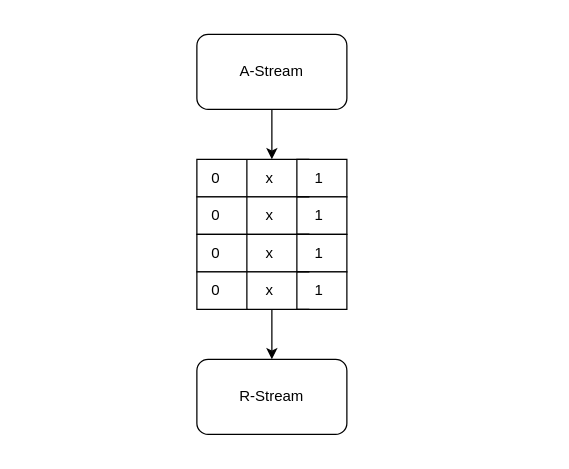
smdupor/diagrams.net keeps this draw.io diagram as Untitled Diagram.drawio. Above is the earlier version. Source tidied: cells renumbered, new cells numbered last; positions are measured from the earlier drawing's top-left corner, leaving out a move shared by most shapes. Both pictures are drawn from the tidied source at 125%, with x=0, y=0 at pixel (196, 34).
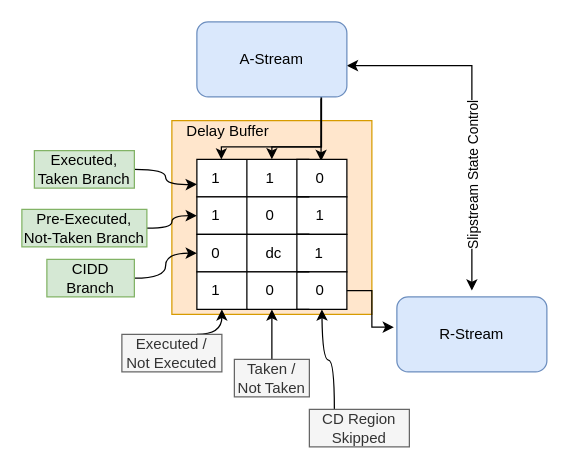
Above is the later version.

The change refers to these unchanged cells:
```xml
<mxCell id="4" style="group;" parent="1" vertex="1">
  <mxGeometry y="100" width="120" height="30" as="geometry" />
</mxCell>
<mxCell id="8" style="group;" parent="1" vertex="1">
  <mxGeometry y="130" width="120" height="30" as="geometry" />
</mxCell>
<mxCell id="12" style="group;" parent="1" vertex="1">
  <mxGeometry y="160" width="120" height="30" as="geometry" />
</mxCell>
<mxCell id="16" style="group;" parent="1" vertex="1">
  <mxGeometry y="190" width="120" height="30" as="geometry" />
</mxCell>
```

Change to the diagram source:
```diff
@@
+    <mxCell id="22" style="rounded=0;whiteSpace=wrap;html=1;fontStyle=1;fillColor=#ffe6cc;strokeColor=#d79b00;" parent="1" vertex="1">
+      <mxGeometry x="-20" y="69" width="160" height="155" as="geometry" />
+    </mxCell>
-    <mxCell id="2" style="edgeStyle=orthogonalEdgeStyle;rounded=0;jettySize=auto;html=1;exitX=0.5;exitY=1;exitDx=0;exitDy=0;entryX=0.5;entryY=0;entryDx=0;entryDy=0;endArrow=classic;endFill=1;" parent="1" edge="1" source="3" target="5">
-      <mxGeometry relative="1" as="geometry" />
+    <mxCell id="2" style="edgeStyle=orthogonalEdgeStyle;rounded=0;jettySize=auto;html=1;exitX=0.833;exitY=1.03;exitDx=0;exitDy=0;endArrow=classic;endFill=1;exitPerimeter=0;entryX=0.828;entryY=0.043;entryDx=0;entryDy=0;entryPerimeter=0;" parent="1" edge="1" source="3" target="5">
+      <mxGeometry relative="1" as="geometry">
+        <Array as="points">
+          <mxPoint x="100" y="101" />
+        </Array>
+      </mxGeometry>
     </mxCell>
+    <mxCell id="23" style="edgeStyle=orthogonalEdgeStyle;rounded=0;orthogonalLoop=1;jettySize=auto;html=1;endArrow=classic;endFill=1;entryX=0.5;entryY=0;entryDx=0;entryDy=0;startArrow=classic;startFill=1;" parent="1" edge="1">
+      <mxGeometry relative="1" as="geometry">
+        <mxPoint x="120" y="25" as="sourcePoint" />
+        <mxPoint x="220" y="205" as="targetPoint" />
+        <Array as="points">
+          <mxPoint x="220" y="25" />
+        </Array>
+      </mxGeometry>
+    </mxCell>
+    <mxCell id="24" value="Slipstream State Control" style="edgeLabel;html=1;align=center;verticalAlign=middle;rotation=-90;" parent="23" vertex="1">
+      <mxGeometry x="-0.09" relative="1" as="geometry">
+        <mxPoint y="62" as="offset" />
+      </mxGeometry>
+    </mxCell>
+    <mxCell id="25" style="edgeStyle=orthogonalEdgeStyle;rounded=0;jettySize=auto;html=1;exitX=0.828;exitY=0.985;exitDx=0;exitDy=0;entryX=0.163;entryY=0.003;entryDx=0;entryDy=0;startArrow=none;startFill=0;endArrow=classic;endFill=1;exitPerimeter=0;entryPerimeter=0;" parent="1" edge="1" source="3" target="5">
+      <mxGeometry relative="1" as="geometry">
+        <Array as="points">
+          <mxPoint x="99" y="90" />
+          <mxPoint x="20" y="90" />
+          <mxPoint x="20" y="100" />
+        </Array>
+      </mxGeometry>
+    </mxCell>
+    <mxCell id="26" style="edgeStyle=orthogonalEdgeStyle;rounded=0;jettySize=auto;html=1;exitX=0.831;exitY=0.997;exitDx=0;exitDy=0;entryX=0.5;entryY=0;entryDx=0;entryDy=0;startArrow=none;startFill=0;endArrow=classic;endFill=1;exitPerimeter=0;" parent="1" edge="1" source="3" target="5">
+      <mxGeometry relative="1" as="geometry">
+        <Array as="points">
+          <mxPoint x="100" y="90" />
+          <mxPoint x="60" y="90" />
+        </Array>
+      </mxGeometry>
+    </mxCell>
-    <mxCell id="3" value="A-Stream" style="rounded=1;whiteSpace=wrap;html=1;" parent="1" vertex="1">
-      <mxGeometry width="120" height="60" as="geometry" />
+    <mxCell id="3" value="A-Stream" style="rounded=1;whiteSpace=wrap;html=1;fillColor=#dae8fc;strokeColor=#6c8ebf;" parent="1" vertex="1">
+      <mxGeometry y="-10" width="120" height="60" as="geometry" />
     </mxCell>
@@
-    <mxCell id="5" value="&amp;nbsp; &amp;nbsp;0&amp;nbsp; &amp;nbsp; &amp;nbsp; &amp;nbsp; &amp;nbsp; &amp;nbsp;x&amp;nbsp; &amp;nbsp; &amp;nbsp; &amp;nbsp; &amp;nbsp; 1&amp;nbsp;&amp;nbsp;" style="rounded=0;whiteSpace=wrap;html=1;align=left;" parent="4" vertex="1">
+    <mxCell id="5" value="&amp;nbsp; &amp;nbsp;1&amp;nbsp; &amp;nbsp; &amp;nbsp; &amp;nbsp; &amp;nbsp; &amp;nbsp;1&amp;nbsp; &amp;nbsp; &amp;nbsp; &amp;nbsp; &amp;nbsp; 0&amp;nbsp;&amp;nbsp;" style="rounded=0;whiteSpace=wrap;html=1;align=left;" parent="4" vertex="1">
       <mxGeometry width="120" height="30" as="geometry" />
     </mxCell>
@@
-    <mxCell id="9" value="&amp;nbsp; &amp;nbsp;0&amp;nbsp; &amp;nbsp; &amp;nbsp; &amp;nbsp; &amp;nbsp; &amp;nbsp;x&amp;nbsp; &amp;nbsp; &amp;nbsp; &amp;nbsp; &amp;nbsp; 1&amp;nbsp;&amp;nbsp;" style="rounded=0;whiteSpace=wrap;html=1;align=left;" parent="8" vertex="1">
+    <mxCell id="9" value="&amp;nbsp; &amp;nbsp;1&amp;nbsp; &amp;nbsp; &amp;nbsp; &amp;nbsp; &amp;nbsp; &amp;nbsp;0&amp;nbsp; &amp;nbsp; &amp;nbsp; &amp;nbsp; &amp;nbsp; 1&amp;nbsp;&amp;nbsp;" style="rounded=0;whiteSpace=wrap;html=1;align=left;" parent="8" vertex="1">
       <mxGeometry width="120" height="30" as="geometry" />
     </mxCell>
@@
-    <mxCell id="13" value="&amp;nbsp; &amp;nbsp;0&amp;nbsp; &amp;nbsp; &amp;nbsp; &amp;nbsp; &amp;nbsp; &amp;nbsp;x&amp;nbsp; &amp;nbsp; &amp;nbsp; &amp;nbsp; &amp;nbsp; 1&amp;nbsp;&amp;nbsp;" style="rounded=0;whiteSpace=wrap;html=1;align=left;" parent="12" vertex="1">
+    <mxCell id="13" value="&amp;nbsp; &amp;nbsp;0&amp;nbsp; &amp;nbsp; &amp;nbsp; &amp;nbsp; &amp;nbsp; &amp;nbsp;dc&amp;nbsp; &amp;nbsp; &amp;nbsp; &amp;nbsp; 1&amp;nbsp;&amp;nbsp;" style="rounded=0;whiteSpace=wrap;html=1;align=left;" parent="12" vertex="1">
       <mxGeometry width="120" height="30" as="geometry" />
     </mxCell>
@@
-    <mxCell id="17" value="&amp;nbsp; &amp;nbsp;0&amp;nbsp; &amp;nbsp; &amp;nbsp; &amp;nbsp; &amp;nbsp; &amp;nbsp;x&amp;nbsp; &amp;nbsp; &amp;nbsp; &amp;nbsp; &amp;nbsp; 1&amp;nbsp;&amp;nbsp;" style="rounded=0;whiteSpace=wrap;html=1;align=left;" parent="16" vertex="1">
+    <mxCell id="17" value="&amp;nbsp; &amp;nbsp;1&amp;nbsp; &amp;nbsp; &amp;nbsp; &amp;nbsp; &amp;nbsp; &amp;nbsp;0&amp;nbsp; &amp;nbsp; &amp;nbsp; &amp;nbsp; &amp;nbsp; 0&amp;nbsp;&amp;nbsp;" style="rounded=0;whiteSpace=wrap;html=1;align=left;" parent="16" vertex="1">
       <mxGeometry width="120" height="30" as="geometry" />
     </mxCell>
@@
-    <mxCell id="20" value="R-Stream" style="rounded=1;whiteSpace=wrap;html=1;" parent="1" vertex="1">
-      <mxGeometry y="260" width="120" height="60" as="geometry" />
+    <mxCell id="20" value="R-Stream" style="rounded=1;whiteSpace=wrap;html=1;fillColor=#dae8fc;strokeColor=#6c8ebf;" parent="1" vertex="1">
+      <mxGeometry x="160" y="210" width="120" height="60" as="geometry" />
     </mxCell>
+    <mxCell id="27" value="Delay Buffer" style="text;html=1;strokeColor=none;fillColor=none;align=center;verticalAlign=middle;whiteSpace=wrap;rounded=0;" parent="1" vertex="1">
+      <mxGeometry x="-20" y="63" width="90" height="30" as="geometry" />
+    </mxCell>
-    <mxCell id="21" style="edgeStyle=orthogonalEdgeStyle;rounded=0;jettySize=auto;html=1;entryX=0.5;entryY=0;entryDx=0;entryDy=0;endArrow=classic;endFill=1;" parent="1" edge="1" source="17" target="20">
+    <mxCell id="21" style="edgeStyle=orthogonalEdgeStyle;rounded=0;jettySize=auto;html=1;exitX=1;exitY=0.5;exitDx=0;exitDy=0;entryX=-0.02;entryY=0.404;entryDx=0;entryDy=0;entryPerimeter=0;startArrow=none;startFill=0;endArrow=classic;endFill=1;" parent="1" edge="1" source="17" target="20">
       <mxGeometry relative="1" as="geometry" />
     </mxCell>
+    <mxCell id="28" style="edgeStyle=orthogonalEdgeStyle;rounded=0;jettySize=auto;html=1;exitX=0.75;exitY=0;exitDx=0;exitDy=0;entryX=0.25;entryY=0.974;entryDx=0;entryDy=0;entryPerimeter=0;startArrow=none;startFill=0;endArrow=classic;endFill=1;curved=1;" parent="1" edge="1" source="29" target="22">
+      <mxGeometry relative="1" as="geometry" />
+    </mxCell>
+    <mxCell id="29" value="Executed / Not Executed" style="text;html=1;strokeColor=#666666;fillColor=#f5f5f5;align=center;verticalAlign=middle;whiteSpace=wrap;rounded=0;fontColor=#333333;" parent="1" vertex="1">
+      <mxGeometry x="-60" y="240" width="80" height="30" as="geometry" />
+    </mxCell>
+    <mxCell id="30" style="edgeStyle=orthogonalEdgeStyle;curved=1;rounded=0;jettySize=auto;html=1;exitX=0.5;exitY=0;exitDx=0;exitDy=0;startArrow=none;startFill=0;endArrow=classic;endFill=1;" parent="1" edge="1" source="31" target="17">
+      <mxGeometry relative="1" as="geometry" />
+    </mxCell>
+    <mxCell id="31" value="Taken / Not Taken" style="text;html=1;strokeColor=#666666;fillColor=#f5f5f5;align=center;verticalAlign=middle;whiteSpace=wrap;rounded=0;fontColor=#333333;" parent="1" vertex="1">
+      <mxGeometry x="30" y="260" width="60" height="30" as="geometry" />
+    </mxCell>
+    <mxCell id="32" style="edgeStyle=orthogonalEdgeStyle;curved=1;rounded=0;jettySize=auto;html=1;exitX=0.25;exitY=0;exitDx=0;exitDy=0;startArrow=none;startFill=0;endArrow=classic;endFill=1;" parent="1" edge="1" source="33">
+      <mxGeometry relative="1" as="geometry">
+        <mxPoint x="100" y="220" as="targetPoint" />
+      </mxGeometry>
+    </mxCell>
+    <mxCell id="33" value="CD Region Skipped" style="text;html=1;strokeColor=#666666;fillColor=#f5f5f5;align=center;verticalAlign=middle;whiteSpace=wrap;rounded=0;fontColor=#333333;" parent="1" vertex="1">
+      <mxGeometry x="90" y="300" width="80" height="30" as="geometry" />
+    </mxCell>
+    <mxCell id="34" style="edgeStyle=orthogonalEdgeStyle;curved=1;rounded=0;jettySize=auto;html=1;exitX=1;exitY=0.5;exitDx=0;exitDy=0;startArrow=none;startFill=0;endArrow=classic;endFill=1;" parent="1" edge="1" source="35">
+      <mxGeometry relative="1" as="geometry">
+        <mxPoint y="120" as="targetPoint" />
+      </mxGeometry>
+    </mxCell>
+    <mxCell id="35" value="Executed, Taken Branch" style="text;html=1;strokeColor=#82b366;fillColor=#d5e8d4;align=center;verticalAlign=middle;whiteSpace=wrap;rounded=0;" parent="1" vertex="1">
+      <mxGeometry x="-130" y="93" width="80" height="30" as="geometry" />
+    </mxCell>
+    <mxCell id="36" style="edgeStyle=orthogonalEdgeStyle;curved=1;rounded=0;jettySize=auto;html=1;exitX=1;exitY=0.5;exitDx=0;exitDy=0;entryX=0;entryY=0.5;entryDx=0;entryDy=0;startArrow=none;startFill=0;endArrow=classic;endFill=1;" parent="1" edge="1" source="37" target="9">
+      <mxGeometry relative="1" as="geometry" />
+    </mxCell>
+    <mxCell id="37" value="Pre-Executed, Not-Taken Branch" style="text;html=1;strokeColor=#82b366;fillColor=#d5e8d4;align=center;verticalAlign=middle;whiteSpace=wrap;rounded=0;" parent="1" vertex="1">
+      <mxGeometry x="-140" y="140" width="100" height="30" as="geometry" />
+    </mxCell>
+    <mxCell id="38" style="edgeStyle=orthogonalEdgeStyle;curved=1;rounded=0;jettySize=auto;html=1;exitX=1;exitY=0.5;exitDx=0;exitDy=0;entryX=0;entryY=0.5;entryDx=0;entryDy=0;startArrow=none;startFill=0;endArrow=classic;endFill=1;" parent="1" edge="1" source="39" target="13">
+      <mxGeometry relative="1" as="geometry" />
+    </mxCell>
+    <mxCell id="39" value="CIDD Branch" style="text;html=1;strokeColor=#82b366;fillColor=#d5e8d4;align=center;verticalAlign=middle;whiteSpace=wrap;rounded=0;" parent="1" vertex="1">
+      <mxGeometry x="-120" y="180" width="70" height="30" as="geometry" />
+    </mxCell>
```
